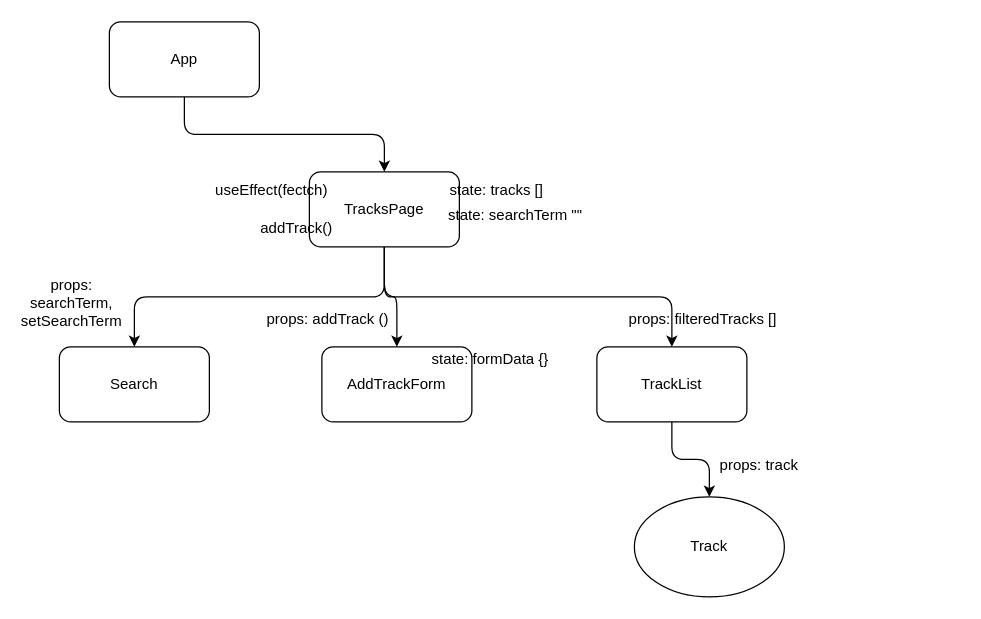
Earlier version of the draw.io diagram 15-rev-practice-deep-cuts/comp-tree.drawio (learn-co-curriculum/west-se-121222-class-sessions). Source tidied: cells renumbered, new cells numbered last; positions are measured from the earlier drawing's top-left corner, leaving out a move shared by most shapes. Both pictures are drawn from the tidied source at 125%, with x=0, y=0 at pixel (34, 21).
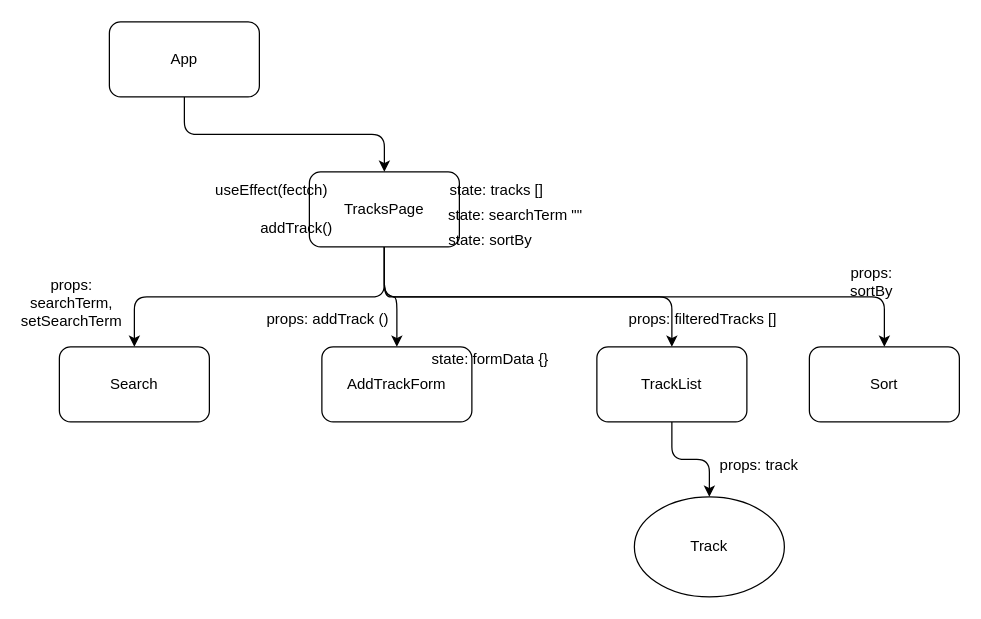
The same diagram, later.

The change refers to these unchanged cells:
```xml
<mxCell id="7" value="TracksPage" style="rounded=1;whiteSpace=wrap;html=1;" parent="1" vertex="1">
  <mxGeometry x="220" y="120" width="120" height="60" as="geometry" />
</mxCell>
```

The edit, as a diff of the source:
```diff
@@
+    <mxCell id="22" style="edgeStyle=orthogonalEdgeStyle;html=1;exitX=0.5;exitY=1;exitDx=0;exitDy=0;entryX=0.5;entryY=0;entryDx=0;entryDy=0;" parent="1" edge="1" source="7" target="24">
+      <mxGeometry relative="1" as="geometry" />
+    </mxCell>
@@
+    <mxCell id="23" value="state: sortBy" style="text;html=1;strokeColor=none;fillColor=none;align=center;verticalAlign=middle;whiteSpace=wrap;rounded=0;" parent="1" vertex="1">
+      <mxGeometry x="310" y="160" width="110" height="30" as="geometry" />
+    </mxCell>
+    <mxCell id="24" value="Sort" style="rounded=1;whiteSpace=wrap;html=1;" parent="1" vertex="1">
+      <mxGeometry x="620" y="260" width="120" height="60" as="geometry" />
+    </mxCell>
+    <mxCell id="25" value="props: sortBy" style="text;html=1;strokeColor=none;fillColor=none;align=center;verticalAlign=middle;whiteSpace=wrap;rounded=0;" parent="1" vertex="1">
+      <mxGeometry x="640" y="193" width="60" height="30" as="geometry" />
+    </mxCell>
```
